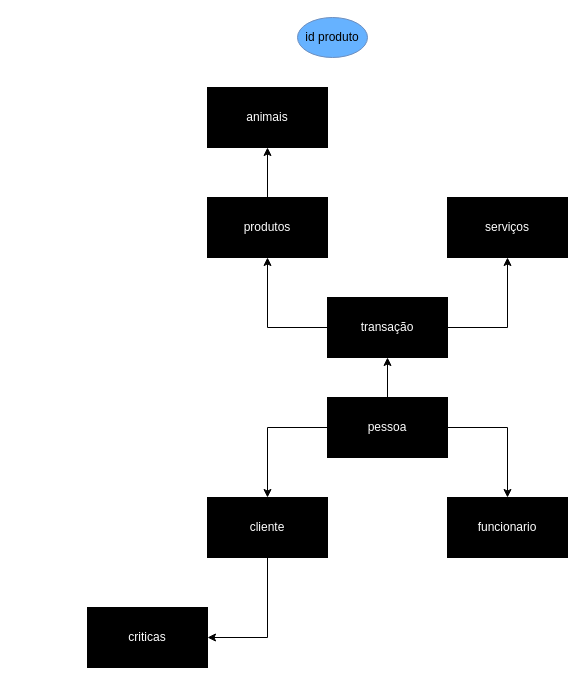
morteerror404/faculdade_ciber_pucpr_morteerror404 keeps this draw.io diagram as projeto banco de dados.drawio. Above is the earlier version. Source tidied: cells renumbered, new cells numbered last; positions are measured from the earlier drawing's top-left corner, leaving out a move shared by most shapes. Both pictures are drawn from the tidied source at 100%, with x=0, y=0 at pixel (87, 17).
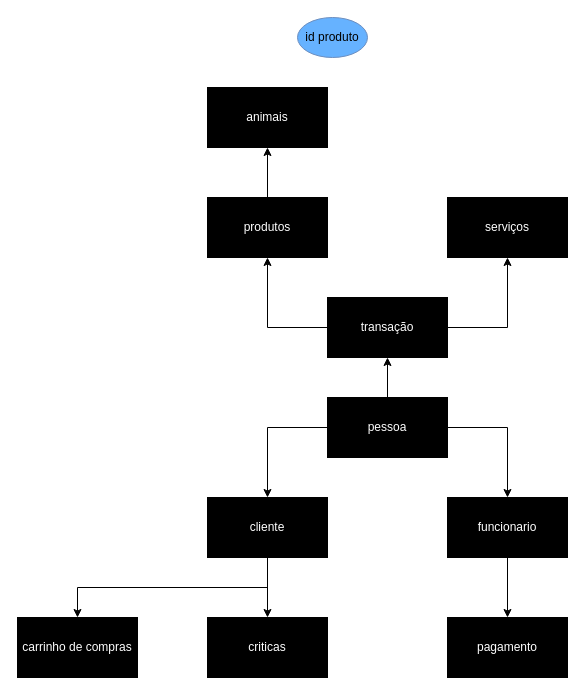
After the change.

Unchanged cells that the change refers to:
```xml
<mxCell id="8" value="&lt;font color=&quot;#ffffff&quot;&gt;cliente&lt;/font&gt;" style="rounded=0;whiteSpace=wrap;html=1;fillColor=#000000;" parent="1" vertex="1">
  <mxGeometry x="120" y="480" width="120" height="60" as="geometry" />
</mxCell>
<mxCell id="9" value="&lt;font color=&quot;#ffffff&quot;&gt;funcionario&lt;br&gt;&lt;/font&gt;" style="rounded=0;whiteSpace=wrap;html=1;fillColor=#000000;" parent="1" vertex="1">
  <mxGeometry x="360" y="480" width="120" height="60" as="geometry" />
</mxCell>
```

Diff of the diagram source:
```diff
@@
-    <mxCell id="7" style="edgeStyle=orthogonalEdgeStyle;rounded=0;jettySize=auto;html=1;exitX=0.5;exitY=1;exitDx=0;exitDy=0;entryX=1;entryY=0.5;entryDx=0;entryDy=0;" parent="1" edge="1" source="8" target="17">
+    <mxCell id="7" style="edgeStyle=orthogonalEdgeStyle;rounded=0;jettySize=auto;html=1;exitX=0.5;exitY=1;exitDx=0;exitDy=0;entryX=0.5;entryY=0;entryDx=0;entryDy=0;" parent="1" edge="1" source="8" target="17">
       <mxGeometry relative="1" as="geometry" />
     </mxCell>
+    <mxCell id="18" style="edgeStyle=orthogonalEdgeStyle;rounded=0;jettySize=auto;html=1;exitX=0.5;exitY=1;exitDx=0;exitDy=0;entryX=0.5;entryY=0;entryDx=0;entryDy=0;" parent="1" edge="1" source="8" target="21">
+      <mxGeometry relative="1" as="geometry" />
+    </mxCell>
@@
+    <mxCell id="19" style="edgeStyle=orthogonalEdgeStyle;rounded=0;jettySize=auto;html=1;exitX=0.5;exitY=1;exitDx=0;exitDy=0;entryX=0.5;entryY=0;entryDx=0;entryDy=0;" parent="1" edge="1" source="9" target="20">
+      <mxGeometry relative="1" as="geometry" />
+    </mxCell>
@@
     <mxCell id="17" value="&lt;font color=&quot;#ffffff&quot;&gt;criticas&lt;/font&gt;" style="rounded=0;whiteSpace=wrap;html=1;fillColor=#000000;" parent="1" vertex="1">
-      <mxGeometry y="590" width="120" height="60" as="geometry" />
+      <mxGeometry x="120" y="600" width="120" height="60" as="geometry" />
     </mxCell>
+    <mxCell id="20" value="&lt;font color=&quot;#ffffff&quot;&gt;pagamento&lt;/font&gt;" style="rounded=0;whiteSpace=wrap;html=1;fillColor=#000000;" parent="1" vertex="1">
+      <mxGeometry x="360" y="600" width="120" height="60" as="geometry" />
+    </mxCell>
+    <mxCell id="21" value="&lt;font color=&quot;#ffffff&quot;&gt;carrinho de compras&lt;/font&gt;" style="rounded=0;whiteSpace=wrap;html=1;fillColor=#000000;" parent="1" vertex="1">
+      <mxGeometry x="-70" y="600" width="120" height="60" as="geometry" />
+    </mxCell>
```
